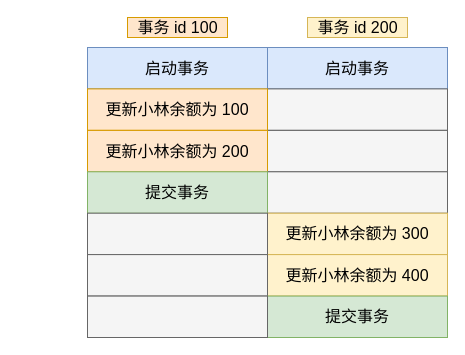
xiaolincoder/ImageHost4 keeps this draw.io diagram as mysql/事务隔离/隐藏列事务操作.drawio. Above is the earlier version. Source tidied: cells renumbered, new cells numbered last; positions are measured from the earlier drawing's top-left corner, leaving out a move shared by most shapes. Both pictures are drawn from the tidied source at 100%, with x=0, y=0 at pixel (87, 17).
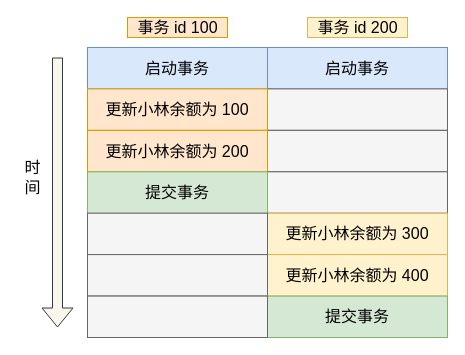
After the change.

Commit message (it also covers changes not shown here):
更新隐藏列事务操作.drawio

The edit, as a diff of the source:
```diff
@@
+    <mxCell id="18" style="shape=flexArrow;endArrow=classic;html=1;fontSize=16;fillColor=#f9f7ed;strokeColor=#36393d;" parent="1" edge="1">
+      <mxGeometry relative="1" as="geometry">
+        <mxPoint x="-30" y="40" as="sourcePoint" />
+        <mxPoint x="-30" y="310" as="targetPoint" />
+      </mxGeometry>
+    </mxCell>
+    <mxCell id="19" value="时&lt;br&gt;间" style="text;html=1;align=center;verticalAlign=middle;strokeColor=none;fontSize=16;" parent="1" vertex="1">
+      <mxGeometry x="-70" y="140" width="30" height="40" as="geometry" />
+    </mxCell>
```
